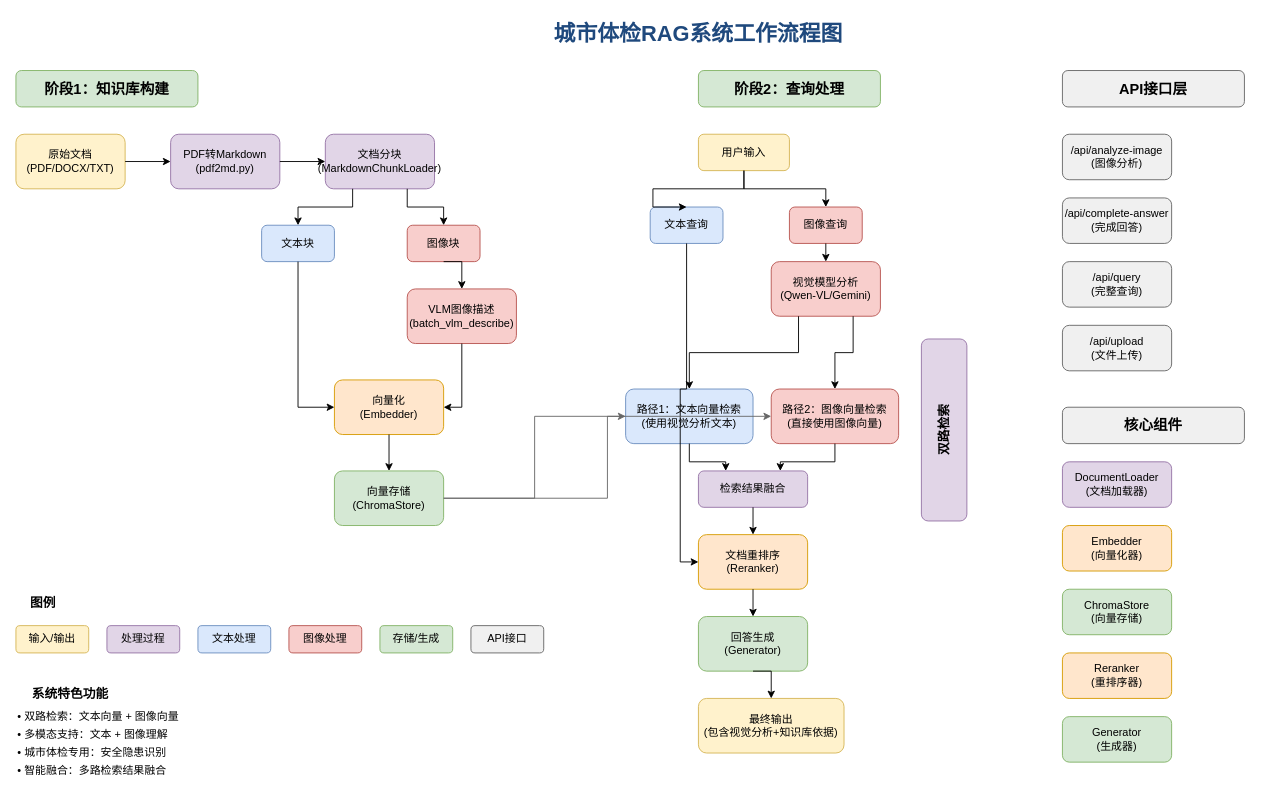
Before: workflow/RAG_System_Workflow.drawio in QRui6/urban-inspection-rag, a draw.io diagram. Source tidied: cells renumbered, new cells numbered last; positions are measured from the earlier drawing's top-left corner, leaving out a move shared by most shapes. Both pictures are drawn from the tidied source at 91%, with x=0, y=0 at pixel (15, 15).
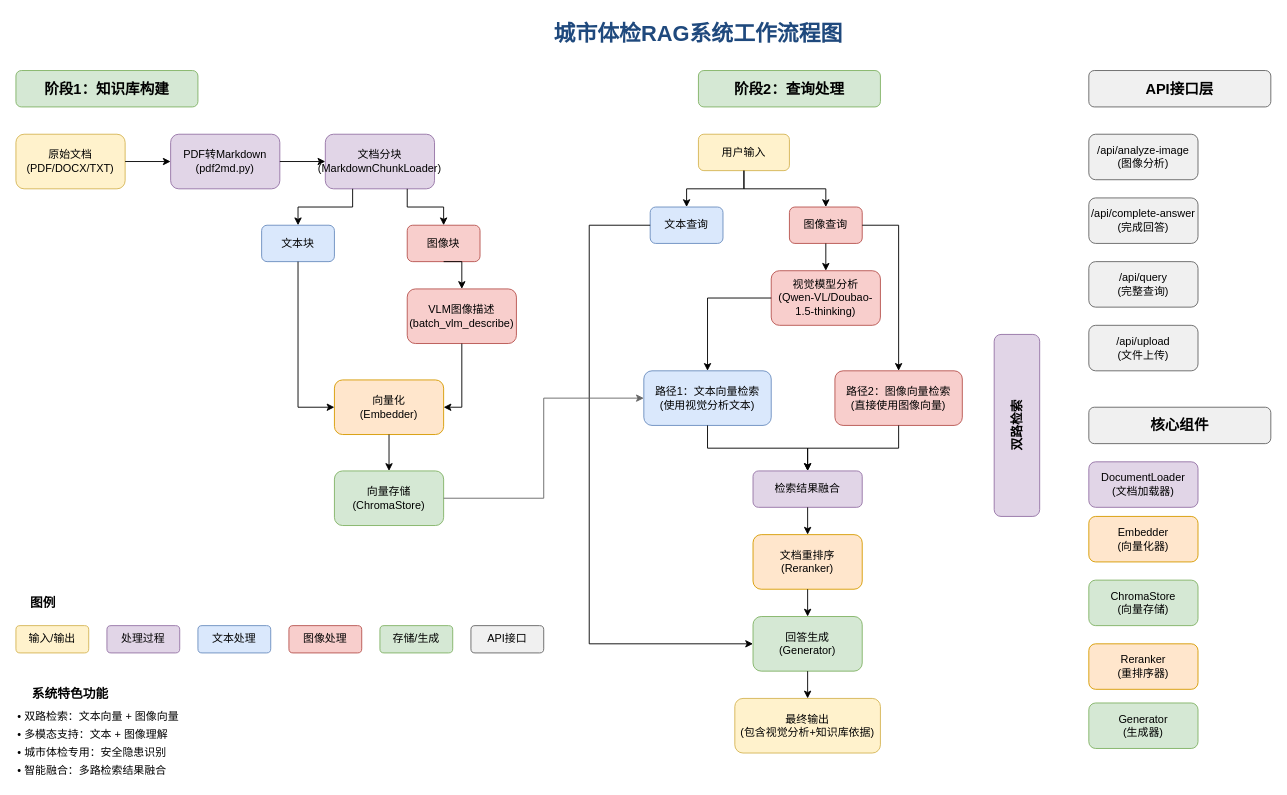
The same diagram, later.

Unchanged cells that the change refers to:
```xml
<mxCell id="11" value="向量存储&#10;(ChromaStore)" style="rounded=1;whiteSpace=wrap;html=1;fillColor=#d5e8d4;strokeColor=#82b366;" parent="1" vertex="1">
  <mxGeometry x="350" y="500" width="120" height="60" as="geometry" />
</mxCell>
<mxCell id="13" value="用户输入" style="rounded=1;whiteSpace=wrap;html=1;fillColor=#fff2cc;strokeColor=#d6b656;" parent="1" vertex="1">
  <mxGeometry x="750" y="130" width="100" height="40" as="geometry" />
</mxCell>
<mxCell id="14" value="文本查询" style="rounded=1;whiteSpace=wrap;html=1;fillColor=#dae8fc;strokeColor=#6c8ebf;" parent="1" vertex="1">
  <mxGeometry x="697" y="210" width="80" height="40" as="geometry" />
</mxCell>
<mxCell id="15" value="图像查询" style="rounded=1;whiteSpace=wrap;html=1;fillColor=#f8cecc;strokeColor=#b85450;" parent="1" vertex="1">
  <mxGeometry x="850" y="210" width="80" height="40" as="geometry" />
</mxCell>
```

What changed in the source:
```diff
@@
-    <mxCell id="16" value="视觉模型分析&#10;(Qwen-VL/Gemini)" style="rounded=1;whiteSpace=wrap;html=1;fillColor=#f8cecc;strokeColor=#b85450;" parent="1" vertex="1">
-      <mxGeometry x="830" y="270" width="120" height="60" as="geometry" />
+    <mxCell id="16" value="视觉模型分析&lt;br&gt;(Qwen-VL/Doubao-1.5-thinking)" style="rounded=1;whiteSpace=wrap;html=1;fillColor=#f8cecc;strokeColor=#b85450;" parent="1" vertex="1">
+      <mxGeometry x="830" y="280" width="120" height="60" as="geometry" />
     </mxCell>
     <mxCell id="17" value="双路检索" style="rounded=1;whiteSpace=wrap;html=1;fontSize=14;fontStyle=1;fillColor=#e1d5e7;strokeColor=#9673a6;rotation=-90;" parent="1" vertex="1">
-      <mxGeometry x="920" y="430" width="200" height="50" as="geometry" />
+      <mxGeometry x="1000" y="425" width="200" height="50" as="geometry" />
     </mxCell>
     <mxCell id="18" value="路径1：文本向量检索&#10;(使用视觉分析文本)" style="rounded=1;whiteSpace=wrap;html=1;fillColor=#dae8fc;strokeColor=#6c8ebf;" parent="1" vertex="1">
-      <mxGeometry x="670" y="410" width="140" height="60" as="geometry" />
+      <mxGeometry x="690" y="390" width="140" height="60" as="geometry" />
     </mxCell>
     <mxCell id="19" value="路径2：图像向量检索&#10;(直接使用图像向量)" style="rounded=1;whiteSpace=wrap;html=1;fillColor=#f8cecc;strokeColor=#b85450;" parent="1" vertex="1">
-      <mxGeometry x="830" y="410" width="140" height="60" as="geometry" />
+      <mxGeometry x="900" y="390" width="140" height="60" as="geometry" />
     </mxCell>
     <mxCell id="20" value="检索结果融合" style="rounded=1;whiteSpace=wrap;html=1;fillColor=#e1d5e7;strokeColor=#9673a6;" parent="1" vertex="1">
-      <mxGeometry x="750" y="500" width="120" height="40" as="geometry" />
+      <mxGeometry x="810" y="500" width="120" height="40" as="geometry" />
     </mxCell>
     <mxCell id="21" value="文档重排序&#10;(Reranker)" style="rounded=1;whiteSpace=wrap;html=1;fillColor=#ffe6cc;strokeColor=#d79b00;" parent="1" vertex="1">
-      <mxGeometry x="750" y="570" width="120" height="60" as="geometry" />
+      <mxGeometry x="810" y="570" width="120" height="60" as="geometry" />
     </mxCell>
     <mxCell id="22" value="回答生成&#10;(Generator)" style="rounded=1;whiteSpace=wrap;html=1;fillColor=#d5e8d4;strokeColor=#82b366;" parent="1" vertex="1">
-      <mxGeometry x="750" y="660" width="120" height="60" as="geometry" />
+      <mxGeometry x="810" y="660" width="120" height="60" as="geometry" />
     </mxCell>
     <mxCell id="23" value="最终输出&#10;(包含视觉分析+知识库依据)" style="rounded=1;whiteSpace=wrap;html=1;fillColor=#fff2cc;strokeColor=#d6b656;" parent="1" vertex="1">
-      <mxGeometry x="750" y="750" width="160" height="60" as="geometry" />
+      <mxGeometry x="790" y="750" width="160" height="60" as="geometry" />
     </mxCell>
     <mxCell id="24" value="API接口层" style="rounded=1;whiteSpace=wrap;html=1;fontSize=16;fontStyle=1;fillColor=#f0f0f0;strokeColor=#666666;" parent="1" vertex="1">
-      <mxGeometry x="1150" y="60" width="200" height="40" as="geometry" />
+      <mxGeometry x="1179" y="60" width="200" height="40" as="geometry" />
     </mxCell>
     <mxCell id="25" value="/api/analyze-image&#10;(图像分析)" style="rounded=1;whiteSpace=wrap;html=1;fillColor=#f0f0f0;strokeColor=#666666;" parent="1" vertex="1">
-      <mxGeometry x="1150" y="130" width="120" height="50" as="geometry" />
+      <mxGeometry x="1179" y="130" width="120" height="50" as="geometry" />
     </mxCell>
     <mxCell id="26" value="/api/complete-answer&#10;(完成回答)" style="rounded=1;whiteSpace=wrap;html=1;fillColor=#f0f0f0;strokeColor=#666666;" parent="1" vertex="1">
-      <mxGeometry x="1150" y="200" width="120" height="50" as="geometry" />
+      <mxGeometry x="1179" y="200" width="120" height="50" as="geometry" />
     </mxCell>
     <mxCell id="27" value="/api/query&#10;(完整查询)" style="rounded=1;whiteSpace=wrap;html=1;fillColor=#f0f0f0;strokeColor=#666666;" parent="1" vertex="1">
-      <mxGeometry x="1150" y="270" width="120" height="50" as="geometry" />
+      <mxGeometry x="1179" y="270" width="120" height="50" as="geometry" />
     </mxCell>
     <mxCell id="28" value="/api/upload&#10;(文件上传)" style="rounded=1;whiteSpace=wrap;html=1;fillColor=#f0f0f0;strokeColor=#666666;" parent="1" vertex="1">
-      <mxGeometry x="1150" y="340" width="120" height="50" as="geometry" />
+      <mxGeometry x="1179" y="340" width="120" height="50" as="geometry" />
     </mxCell>
     <mxCell id="29" value="核心组件" style="rounded=1;whiteSpace=wrap;html=1;fontSize=16;fontStyle=1;fillColor=#f0f0f0;strokeColor=#666666;" parent="1" vertex="1">
-      <mxGeometry x="1150" y="430" width="200" height="40" as="geometry" />
+      <mxGeometry x="1179" y="430" width="200" height="40" as="geometry" />
     </mxCell>
     <mxCell id="30" value="DocumentLoader&#10;(文档加载器)" style="rounded=1;whiteSpace=wrap;html=1;fillColor=#e1d5e7;strokeColor=#9673a6;" parent="1" vertex="1">
-      <mxGeometry x="1150" y="490" width="120" height="50" as="geometry" />
+      <mxGeometry x="1179" y="490" width="120" height="50" as="geometry" />
     </mxCell>
     <mxCell id="31" value="Embedder&#10;(向量化器)" style="rounded=1;whiteSpace=wrap;html=1;fillColor=#ffe6cc;strokeColor=#d79b00;" parent="1" vertex="1">
-      <mxGeometry x="1150" y="560" width="120" height="50" as="geometry" />
+      <mxGeometry x="1179" y="550" width="120" height="50" as="geometry" />
     </mxCell>
     <mxCell id="32" value="ChromaStore&#10;(向量存储)" style="rounded=1;whiteSpace=wrap;html=1;fillColor=#d5e8d4;strokeColor=#82b366;" parent="1" vertex="1">
-      <mxGeometry x="1150" y="630" width="120" height="50" as="geometry" />
+      <mxGeometry x="1179" y="620" width="120" height="50" as="geometry" />
     </mxCell>
     <mxCell id="33" value="Reranker&#10;(重排序器)" style="rounded=1;whiteSpace=wrap;html=1;fillColor=#ffe6cc;strokeColor=#d79b00;" parent="1" vertex="1">
-      <mxGeometry x="1150" y="700" width="120" height="50" as="geometry" />
+      <mxGeometry x="1179" y="690" width="120" height="50" as="geometry" />
     </mxCell>
     <mxCell id="34" value="Generator&#10;(生成器)" style="rounded=1;whiteSpace=wrap;html=1;fillColor=#d5e8d4;strokeColor=#82b366;" parent="1" vertex="1">
-      <mxGeometry x="1150" y="770" width="120" height="50" as="geometry" />
+      <mxGeometry x="1179" y="755" width="120" height="50" as="geometry" />
     </mxCell>
@@
     <mxCell id="43" style="edgeStyle=orthogonalEdgeStyle;rounded=0;jettySize=auto;html=1;exitX=0.5;exitY=1;exitDx=0;exitDy=0;entryX=0.5;entryY=0;entryDx=0;entryDy=0;" parent="1" edge="1" source="13" target="14">
       <mxGeometry relative="1" as="geometry">
         <Array as="points">
           <mxPoint x="800" y="190" />
-          <mxPoint x="700" y="190" />
+          <mxPoint x="737" y="190" />
         </Array>
       </mxGeometry>
     </mxCell>
@@
-    <mxCell id="46" style="edgeStyle=orthogonalEdgeStyle;rounded=0;jettySize=auto;html=1;exitX=0.25;exitY=1;exitDx=0;exitDy=0;entryX=0.5;entryY=0;entryDx=0;entryDy=0;" parent="1" edge="1" source="16" target="18">
+    <mxCell id="46" style="edgeStyle=orthogonalEdgeStyle;rounded=0;jettySize=auto;html=1;exitX=0;exitY=0.5;exitDx=0;exitDy=0;entryX=0.5;entryY=0;entryDx=0;entryDy=0;" parent="1" edge="1" source="16" target="18">
       <mxGeometry relative="1" as="geometry" />
     </mxCell>
-    <mxCell id="47" style="edgeStyle=orthogonalEdgeStyle;rounded=0;jettySize=auto;html=1;exitX=0.75;exitY=1;exitDx=0;exitDy=0;entryX=0.5;entryY=0;entryDx=0;entryDy=0;" parent="1" edge="1" source="16" target="19">
-      <mxGeometry relative="1" as="geometry" />
+    <mxCell id="47" style="edgeStyle=orthogonalEdgeStyle;rounded=0;jettySize=auto;html=1;exitX=1;exitY=0.5;exitDx=0;exitDy=0;entryX=0.5;entryY=0;entryDx=0;entryDy=0;" parent="1" edge="1" source="15" target="19">
+      <mxGeometry relative="1" as="geometry">
+        <Array as="points">
+          <mxPoint x="970" y="230" />
+        </Array>
+      </mxGeometry>
     </mxCell>
-    <mxCell id="48" style="edgeStyle=orthogonalEdgeStyle;rounded=0;jettySize=auto;html=1;exitX=0.5;exitY=1;exitDx=0;exitDy=0;entryX=0.25;entryY=0;entryDx=0;entryDy=0;" parent="1" edge="1" source="18" target="20">
+    <mxCell id="48" style="edgeStyle=orthogonalEdgeStyle;rounded=0;jettySize=auto;html=1;exitX=0.5;exitY=1;exitDx=0;exitDy=0;entryX=0.5;entryY=0;entryDx=0;entryDy=0;" parent="1" edge="1" source="18" target="20">
       <mxGeometry relative="1" as="geometry" />
     </mxCell>
-    <mxCell id="49" style="edgeStyle=orthogonalEdgeStyle;rounded=0;jettySize=auto;html=1;exitX=0.5;exitY=1;exitDx=0;exitDy=0;entryX=0.75;entryY=0;entryDx=0;entryDy=0;" parent="1" edge="1" source="19" target="20">
+    <mxCell id="49" style="edgeStyle=orthogonalEdgeStyle;rounded=0;jettySize=auto;html=1;exitX=0.5;exitY=1;exitDx=0;exitDy=0;entryX=0.5;entryY=0;entryDx=0;entryDy=0;" parent="1" edge="1" source="19" target="20">
       <mxGeometry relative="1" as="geometry" />
     </mxCell>
@@
-    <mxCell id="53" style="edgeStyle=orthogonalEdgeStyle;rounded=0;jettySize=auto;html=1;exitX=0.5;exitY=1;exitDx=0;exitDy=0;entryX=0;entryY=0.5;entryDx=0;entryDy=0;strokeStyle=dashed;" parent="1" edge="1" source="14" target="21">
-      <mxGeometry relative="1" as="geometry" />
+    <mxCell id="53" style="edgeStyle=orthogonalEdgeStyle;rounded=0;jettySize=auto;html=1;exitX=0;exitY=0.5;exitDx=0;exitDy=0;entryX=0;entryY=0.5;entryDx=0;entryDy=0;strokeStyle=dashed;" parent="1" edge="1" source="14" target="22">
+      <mxGeometry relative="1" as="geometry">
+        <Array as="points">
+          <mxPoint x="630" y="230" />
+          <mxPoint x="630" y="690" />
+        </Array>
+      </mxGeometry>
     </mxCell>
@@
-    <mxCell id="55" style="edgeStyle=orthogonalEdgeStyle;rounded=0;jettySize=auto;html=1;exitX=1;exitY=0.5;exitDx=0;exitDy=0;entryX=0;entryY=0.5;entryDx=0;entryDy=0;strokeStyle=dashed;strokeColor=#666666;" parent="1" edge="1" source="11" target="19">
-      <mxGeometry relative="1" as="geometry" />
-    </mxCell>
```
